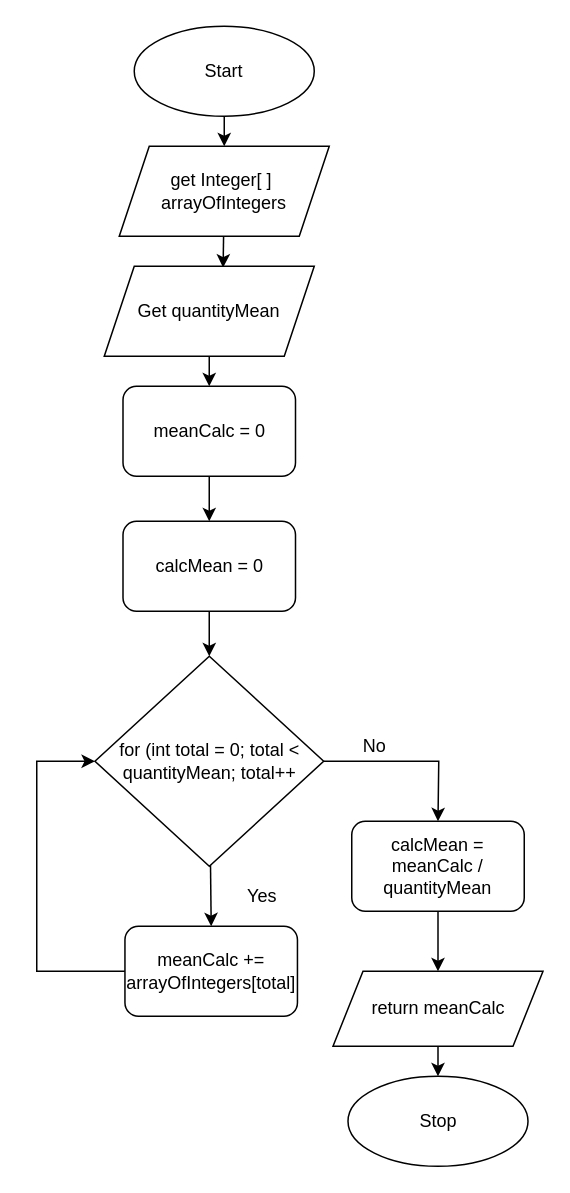
Above: Drawio/Flowchart2.drawio in JacksonNaufal/ics4u-unit2-01-typescript (draw.io), before the change. Source tidied: cells renumbered, new cells numbered last; positions are measured from the earlier drawing's top-left corner, leaving out a move shared by most shapes. Both pictures are drawn from the tidied source at 150%, with x=0, y=0 at pixel (36, 26).
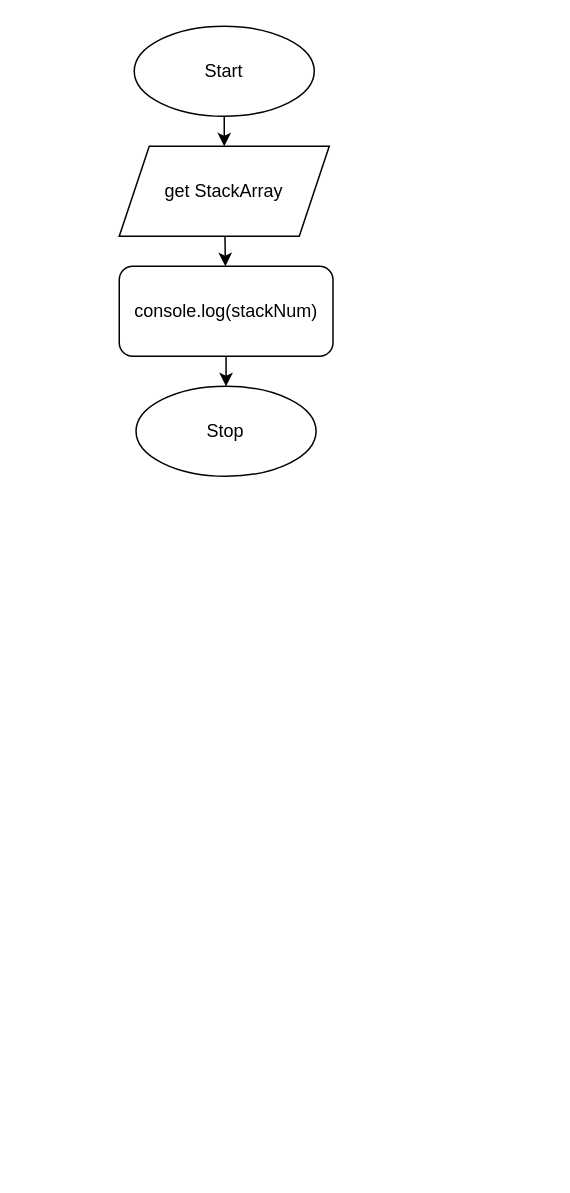
The same page after the edit.

Change to the diagram source:
```diff
@@
-    <mxCell id="4" style="edgeStyle=none;html=1;" parent="1" edge="1" source="5" target="12">
-      <mxGeometry relative="1" as="geometry" />
-    </mxCell>
-    <mxCell id="5" value="return meanCalc" style="shape=parallelogram;perimeter=parallelogramPerimeter;whiteSpace=wrap;html=1;fixedSize=1;" parent="1" vertex="1">
-      <mxGeometry x="197.5" y="630" width="140" height="50" as="geometry" />
-    </mxCell>
-    <mxCell id="6" style="edgeStyle=none;html=1;entryX=0.566;entryY=0.015;entryDx=0;entryDy=0;entryPerimeter=0;" parent="1" edge="1" source="7" target="9">
-      <mxGeometry relative="1" as="geometry" />
-    </mxCell>
+    <mxCell id="22" style="edgeStyle=none;html=1;" parent="1" edge="1" source="7" target="14">
+      <mxGeometry relative="1" as="geometry" />
+    </mxCell>
-    <mxCell id="7" value="get Integer[ ]&amp;nbsp;&lt;br&gt;arrayOfIntegers" style="shape=parallelogram;perimeter=parallelogramPerimeter;whiteSpace=wrap;html=1;fixedSize=1;" parent="1" vertex="1">
+    <mxCell id="7" value="get StackArray" style="shape=parallelogram;perimeter=parallelogramPerimeter;whiteSpace=wrap;html=1;fixedSize=1;" parent="1" vertex="1">
       <mxGeometry x="55" y="80" width="140" height="60" as="geometry" />
     </mxCell>
-    <mxCell id="8" style="edgeStyle=none;html=1;entryX=0.5;entryY=0;entryDx=0;entryDy=0;" parent="1" edge="1" source="9" target="14">
-      <mxGeometry relative="1" as="geometry" />
-    </mxCell>
-    <mxCell id="9" value="Get quantityMean" style="shape=parallelogram;perimeter=parallelogramPerimeter;whiteSpace=wrap;html=1;fixedSize=1;" parent="1" vertex="1">
-      <mxGeometry x="45" y="160" width="140" height="60" as="geometry" />
-    </mxCell>
-    <mxCell id="10" style="edgeStyle=none;html=1;" parent="1" edge="1" source="11" target="17">
-      <mxGeometry relative="1" as="geometry" />
-    </mxCell>
-    <mxCell id="11" value="calcMean = 0" style="rounded=1;whiteSpace=wrap;html=1;" parent="1" vertex="1">
-      <mxGeometry x="57.5" y="330" width="115" height="60" as="geometry" />
-    </mxCell>
     <mxCell id="12" value="Stop" style="ellipse;whiteSpace=wrap;html=1;" parent="1" vertex="1">
-      <mxGeometry x="207.5" y="700" width="120" height="60" as="geometry" />
+      <mxGeometry x="66.2" y="240" width="120" height="60" as="geometry" />
     </mxCell>
-    <mxCell id="13" style="edgeStyle=none;html=1;" parent="1" edge="1" source="14" target="11">
-      <mxGeometry relative="1" as="geometry" />
-    </mxCell>
+    <mxCell id="24" style="edgeStyle=none;html=1;entryX=0.5;entryY=0;entryDx=0;entryDy=0;" parent="1" edge="1" source="14" target="12">
+      <mxGeometry relative="1" as="geometry" />
+    </mxCell>
-    <mxCell id="14" value="meanCalc = 0" style="rounded=1;whiteSpace=wrap;html=1;" parent="1" vertex="1">
-      <mxGeometry x="57.5" y="240" width="115" height="60" as="geometry" />
+    <mxCell id="14" value="console.log(stackNum)" style="rounded=1;whiteSpace=wrap;html=1;" parent="1" vertex="1">
+      <mxGeometry x="55" y="160" width="142.5" height="60" as="geometry" />
     </mxCell>
-    <mxCell id="15" style="edgeStyle=none;html=1;entryX=0.5;entryY=0;entryDx=0;entryDy=0;" parent="1" edge="1" source="17" target="20">
-      <mxGeometry relative="1" as="geometry" />
-    </mxCell>
-    <mxCell id="16" style="edgeStyle=none;rounded=0;html=1;entryX=0.5;entryY=0;entryDx=0;entryDy=0;" parent="1" edge="1" source="17" target="23">
-      <mxGeometry relative="1" as="geometry">
-        <Array as="points">
-          <mxPoint x="268" y="490" />
-        </Array>
-      </mxGeometry>
-    </mxCell>
-    <mxCell id="17" value="for (int total = 0; total &amp;lt; quantityMean; total++" style="rhombus;whiteSpace=wrap;html=1;" parent="1" vertex="1">
-      <mxGeometry x="38.8" y="420" width="152.5" height="140" as="geometry" />
-    </mxCell>
-    <mxCell id="18" value="Yes" style="text;html=1;align=center;verticalAlign=middle;strokeColor=none;fillColor=none;" parent="1" vertex="1">
-      <mxGeometry x="130" y="570" width="40" height="20" as="geometry" />
-    </mxCell>
-    <mxCell id="19" style="edgeStyle=none;html=1;entryX=0;entryY=0.5;entryDx=0;entryDy=0;rounded=0;" parent="1" edge="1" source="20" target="17">
-      <mxGeometry relative="1" as="geometry">
-        <Array as="points">
-          <mxPoint y="630" />
-          <mxPoint y="490" />
-        </Array>
-      </mxGeometry>
-    </mxCell>
-    <mxCell id="20" value="meanCalc += arrayOfIntegers[total]" style="rounded=1;whiteSpace=wrap;html=1;" parent="1" vertex="1">
-      <mxGeometry x="58.8" y="600" width="115" height="60" as="geometry" />
-    </mxCell>
-    <mxCell id="21" value="No" style="text;html=1;align=center;verticalAlign=middle;strokeColor=none;fillColor=none;" parent="1" vertex="1">
-      <mxGeometry x="210" y="470" width="30" height="20" as="geometry" />
-    </mxCell>
-    <mxCell id="22" style="edgeStyle=none;rounded=0;html=1;entryX=0.5;entryY=0;entryDx=0;entryDy=0;" parent="1" edge="1" source="23" target="5">
-      <mxGeometry relative="1" as="geometry" />
-    </mxCell>
-    <mxCell id="23" value="calcMean = meanCalc / quantityMean" style="rounded=1;whiteSpace=wrap;html=1;" parent="1" vertex="1">
-      <mxGeometry x="210" y="530" width="115" height="60" as="geometry" />
-    </mxCell>
```
